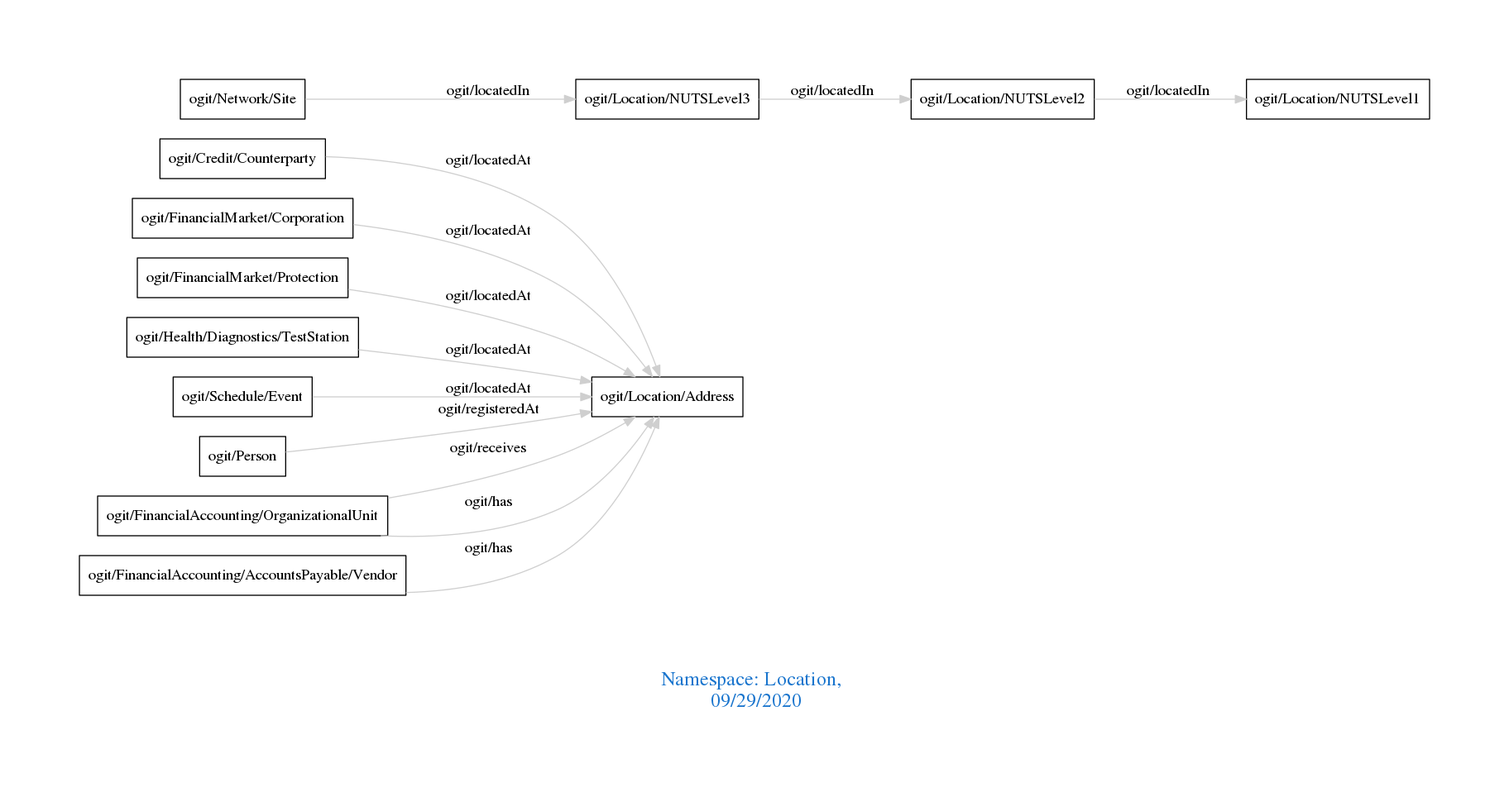
The Graphviz diagram downloads/Location.png in arago/OGIT, before a commit. Its source is kept beside it as downloads/Location.dot.
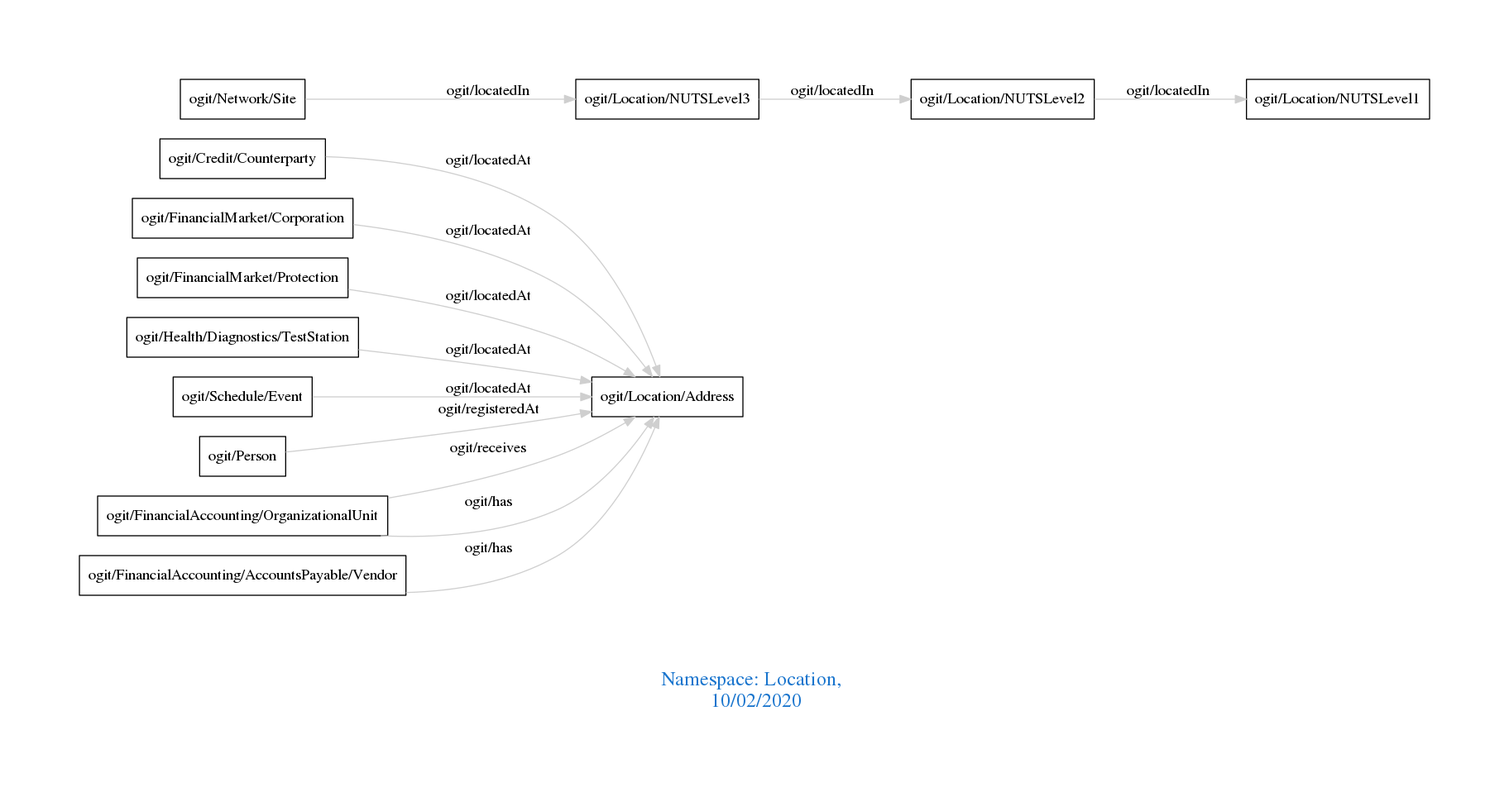
After the commit.

The edit, as a diff of the source:
```diff
@@ -1,7 +1,7 @@
 digraph OGIT_ontology {
  graph [ rankdir= LR,pad=1
 fontsize = 18,
-fontcolor= dodgerblue3,label = "\n\n\nNamespace: Location, \n 09/29/2020"];
+fontcolor= dodgerblue3,label = "\n\n\nNamespace: Location, \n 10/02/2020"];
 node[shape=polygon];
 edge [  color="gray81"];
 
```
